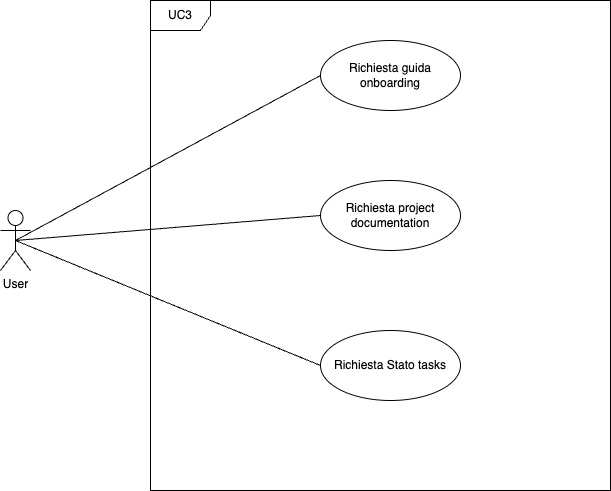
This is images/analisi-dei-requisiti/SubUCConfluence.png from SweeTenTeam/Docs, a draw.io export, as it was before one commit. Source tidied: cells renumbered, new cells last; positions are measured from the earlier drawing's top-left corner, leaving out a move shared by most shapes. Its diagram source:
```xml
<mxGraphModel>
  <root>
    <mxCell id="0" />
    <mxCell id="1" parent="0" />
    <mxCell id="2" value="UC3" style="shape=umlFrame;whiteSpace=wrap;html=1;" parent="1" vertex="1">
      <mxGeometry x="150" width="460" height="490" as="geometry" />
    </mxCell>
    <mxCell id="3" value="User&lt;div&gt;&lt;br&gt;&lt;/div&gt;" style="shape=umlActor;verticalLabelPosition=bottom;verticalAlign=top;html=1;" parent="1" vertex="1">
      <mxGeometry y="210" width="30" height="60" as="geometry" />
    </mxCell>
    <mxCell id="4" value="Richiesta guida onboarding" style="ellipse;whiteSpace=wrap;html=1;" parent="1" vertex="1">
      <mxGeometry x="320" y="40" width="140" height="70" as="geometry" />
    </mxCell>
    <mxCell id="5" value="Richiesta project documentation" style="ellipse;whiteSpace=wrap;html=1;" parent="1" vertex="1">
      <mxGeometry x="320" y="180" width="140" height="70" as="geometry" />
    </mxCell>
    <mxCell id="6" value="Richiesta Stato tasks" style="ellipse;whiteSpace=wrap;html=1;" parent="1" vertex="1">
      <mxGeometry x="320" y="330" width="140" height="70" as="geometry" />
    </mxCell>
    <mxCell id="7" style="endArrow=none;html=1;rounded=0;exitX=0.5;exitY=0.5;exitDx=0;exitDy=0;exitPerimeter=0;entryX=0;entryY=0.5;entryDx=0;entryDy=0;" parent="1" edge="1" source="3" target="4">
      <mxGeometry relative="1" as="geometry" />
    </mxCell>
    <mxCell id="8" style="endArrow=none;html=1;rounded=0;exitX=0.5;exitY=0.5;exitDx=0;exitDy=0;exitPerimeter=0;entryX=0;entryY=0.5;entryDx=0;entryDy=0;" parent="1" edge="1" source="3" target="5">
      <mxGeometry relative="1" as="geometry" />
    </mxCell>
    <mxCell id="9" style="endArrow=none;html=1;rounded=0;exitX=0.5;exitY=0.5;exitDx=0;exitDy=0;exitPerimeter=0;entryX=0;entryY=0.5;entryDx=0;entryDy=0;" parent="1" edge="1" source="3" target="6">
      <mxGeometry relative="1" as="geometry" />
    </mxCell>
  </root>
</mxGraphModel>
```
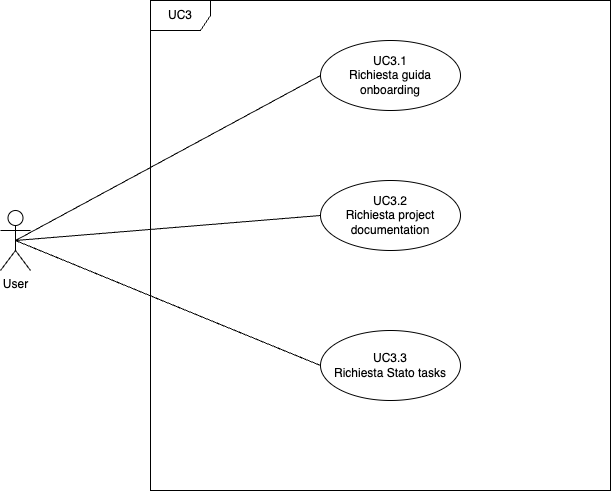
The same diagram one commit later.

What changed in the source:
```diff
@@ -8,13 +8,13 @@
     <mxCell id="3" value="User&lt;div&gt;&lt;br&gt;&lt;/div&gt;" style="shape=umlActor;verticalLabelPosition=bottom;verticalAlign=top;html=1;" parent="1" vertex="1">
       <mxGeometry y="210" width="30" height="60" as="geometry" />
     </mxCell>
-    <mxCell id="4" value="Richiesta guida onboarding" style="ellipse;whiteSpace=wrap;html=1;" parent="1" vertex="1">
+    <mxCell id="4" value="UC3.1&lt;br&gt;Richiesta guida onboarding" style="ellipse;whiteSpace=wrap;html=1;" parent="1" vertex="1">
       <mxGeometry x="320" y="40" width="140" height="70" as="geometry" />
     </mxCell>
-    <mxCell id="5" value="Richiesta project documentation" style="ellipse;whiteSpace=wrap;html=1;" parent="1" vertex="1">
+    <mxCell id="5" value="&lt;div&gt;UC3.2&lt;/div&gt;Richiesta project documentation" style="ellipse;whiteSpace=wrap;html=1;" parent="1" vertex="1">
       <mxGeometry x="320" y="180" width="140" height="70" as="geometry" />
     </mxCell>
-    <mxCell id="6" value="Richiesta Stato tasks" style="ellipse;whiteSpace=wrap;html=1;" parent="1" vertex="1">
+    <mxCell id="6" value="&lt;div&gt;UC3.3&lt;/div&gt;Richiesta Stato tasks" style="ellipse;whiteSpace=wrap;html=1;" parent="1" vertex="1">
       <mxGeometry x="320" y="330" width="140" height="70" as="geometry" />
     </mxCell>
     <mxCell id="7" style="endArrow=none;html=1;rounded=0;exitX=0.5;exitY=0.5;exitDx=0;exitDy=0;exitPerimeter=0;entryX=0;entryY=0.5;entryDx=0;entryDy=0;" parent="1" edge="1" source="3" target="4">
```
